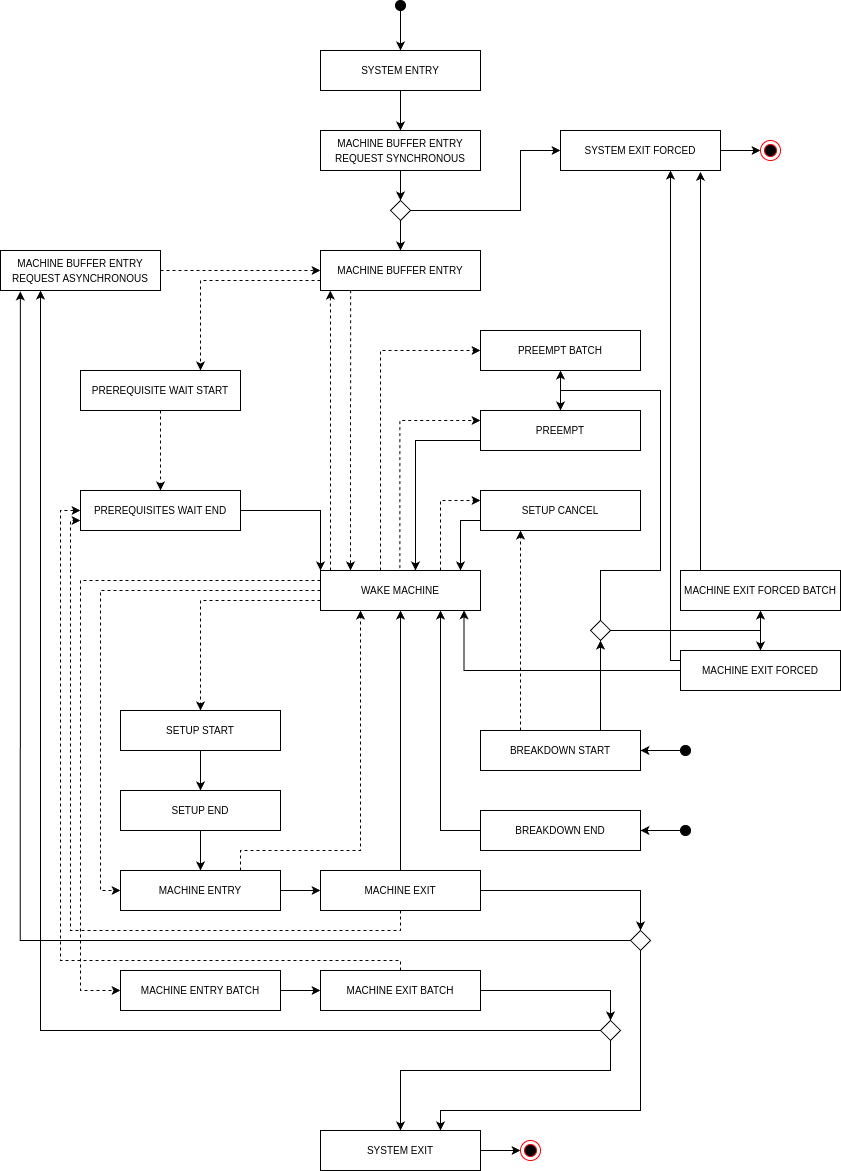
klukas17/master-thesis keeps this draw.io diagram as images/events.png. Above is the earlier version. Source tidied: cells renumbered, new cells last; positions are measured from the earlier drawing's top-left corner, leaving out a move shared by most shapes.
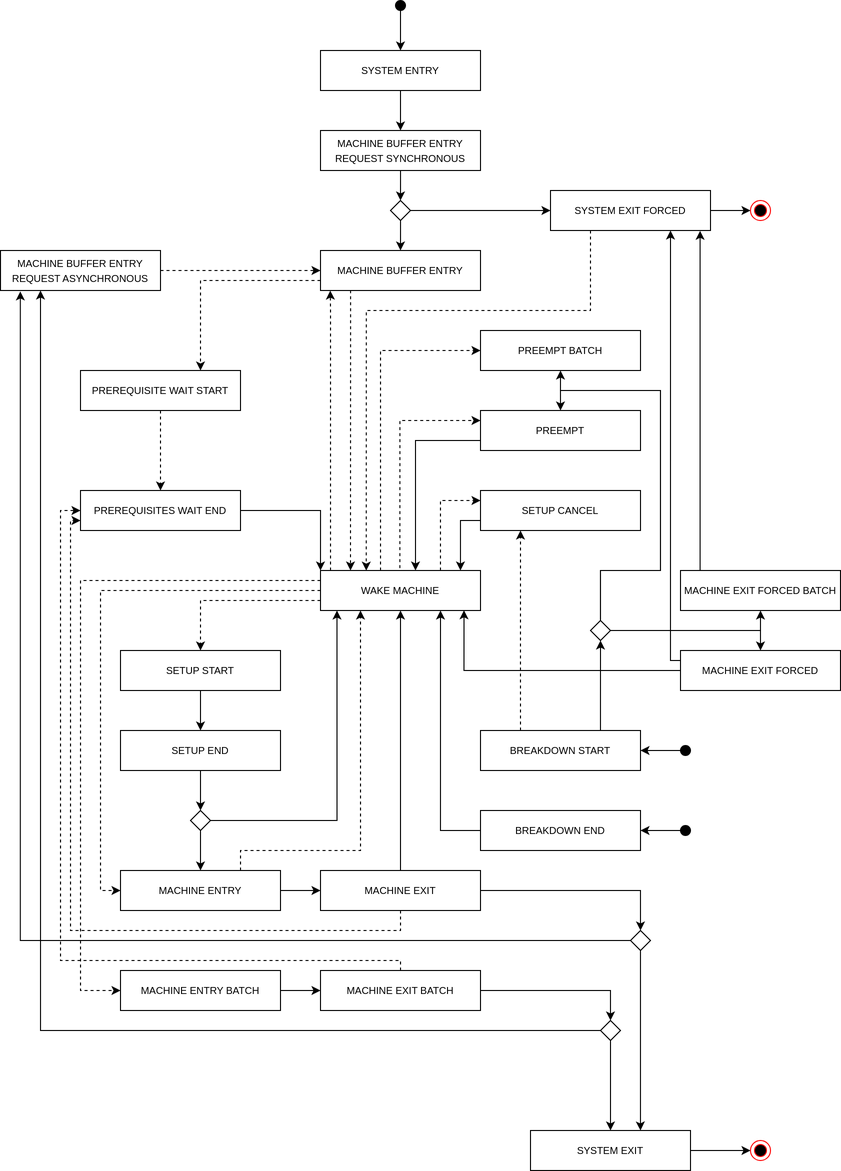
The same diagram one commit later.

Change to the diagram source:
```diff
@@ -90,7 +90,7 @@
       <mxGeometry relative="1" as="geometry" />
     </mxCell>
     <mxCell id="16" value="&lt;font style=&quot;font-size: 10px;&quot;&gt;SETUP START&lt;/font&gt;" style="rounded=0;whiteSpace=wrap;html=1;" parent="1" vertex="1">
-      <mxGeometry x="120" y="710" width="160" height="40" as="geometry" />
+      <mxGeometry x="120" y="650" width="160" height="40" as="geometry" />
     </mxCell>
     <mxCell id="17" style="edgeStyle=orthogonalEdgeStyle;rounded=0;jettySize=auto;html=1;entryX=0;entryY=0.5;entryDx=0;entryDy=0;" parent="1" edge="1" source="18" target="29">
       <mxGeometry relative="1" as="geometry" />
@@ -98,11 +98,11 @@
     <mxCell id="18" value="&lt;font style=&quot;font-size: 10px;&quot;&gt;MACHINE ENTRY&lt;/font&gt;" style="rounded=0;whiteSpace=wrap;html=1;" parent="1" vertex="1">
       <mxGeometry x="120" y="870" width="160" height="40" as="geometry" />
     </mxCell>
-    <mxCell id="19" style="edgeStyle=orthogonalEdgeStyle;rounded=0;jettySize=auto;html=1;entryX=0.5;entryY=0;entryDx=0;entryDy=0;" parent="1" edge="1" source="20" target="18">
+    <mxCell id="19" style="edgeStyle=orthogonalEdgeStyle;rounded=0;jettySize=auto;html=1;entryX=0.5;entryY=0;entryDx=0;entryDy=0;" parent="1" edge="1" source="20" target="81">
       <mxGeometry relative="1" as="geometry" />
     </mxCell>
     <mxCell id="20" value="&lt;font style=&quot;font-size: 10px;&quot;&gt;SETUP END&lt;br&gt;&lt;/font&gt;" style="rounded=0;whiteSpace=wrap;html=1;" parent="1" vertex="1">
-      <mxGeometry x="120" y="790" width="160" height="40" as="geometry" />
+      <mxGeometry x="120" y="730" width="160" height="40" as="geometry" />
     </mxCell>
     <mxCell id="21" style="edgeStyle=orthogonalEdgeStyle;rounded=0;jettySize=auto;html=1;entryX=0;entryY=0.5;entryDx=0;entryDy=0;" parent="1" edge="1" source="22" target="33">
       <mxGeometry relative="1" as="geometry" />
@@ -169,18 +169,13 @@
       <mxGeometry relative="1" as="geometry" />
     </mxCell>
     <mxCell id="35" value="&lt;font style=&quot;font-size: 10px;&quot;&gt;SYSTEM EXIT&lt;/font&gt;" style="rounded=0;whiteSpace=wrap;html=1;" parent="1" vertex="1">
-      <mxGeometry x="320" y="1130" width="160" height="40" as="geometry" />
+      <mxGeometry x="530" y="1130" width="160" height="40" as="geometry" />
     </mxCell>
     <mxCell id="36" style="ellipse;html=1;shape=endState;fillColor=#000000;strokeColor=#ff0000;" parent="1" vertex="1">
-      <mxGeometry x="520" y="1140" width="20" height="20" as="geometry" />
+      <mxGeometry x="750" y="1140" width="20" height="20" as="geometry" />
     </mxCell>
-    <mxCell id="37" style="edgeStyle=orthogonalEdgeStyle;rounded=0;jettySize=auto;html=1;" parent="1" edge="1" source="39" target="35">
-      <mxGeometry relative="1" as="geometry">
-        <Array as="points">
-          <mxPoint x="610" y="1070" />
-          <mxPoint x="400" y="1070" />
-        </Array>
-      </mxGeometry>
+    <mxCell id="37" style="edgeStyle=orthogonalEdgeStyle;rounded=0;jettySize=auto;html=1;entryX=0.5;entryY=0;entryDx=0;entryDy=0;" parent="1" edge="1" source="39" target="35">
+      <mxGeometry relative="1" as="geometry" />
     </mxCell>
     <mxCell id="38" style="edgeStyle=orthogonalEdgeStyle;rounded=0;jettySize=auto;html=1;entryX=0.25;entryY=1;entryDx=0;entryDy=0;" parent="1" edge="1" source="39" target="41">
       <mxGeometry relative="1" as="geometry">
@@ -204,11 +199,11 @@
     <mxCell id="43" value="&lt;font style=&quot;font-size: 10px;&quot;&gt;PREREQUISITES WAIT END&lt;/font&gt;" style="rounded=0;whiteSpace=wrap;html=1;" parent="1" vertex="1">
       <mxGeometry x="80" y="490" width="160" height="40" as="geometry" />
     </mxCell>
-    <mxCell id="44" style="edgeStyle=orthogonalEdgeStyle;rounded=0;jettySize=auto;html=1;entryX=0.75;entryY=0;entryDx=0;entryDy=0;" parent="1" edge="1" source="46" target="35">
+    <mxCell id="44" style="edgeStyle=orthogonalEdgeStyle;rounded=0;jettySize=auto;html=1;" parent="1" edge="1" source="46">
       <mxGeometry relative="1" as="geometry">
+        <mxPoint x="640" y="1130" as="targetPoint" />
         <Array as="points">
-          <mxPoint x="640" y="1110" />
-          <mxPoint x="440" y="1110" />
+          <mxPoint x="640" y="1128" />
         </Array>
       </mxGeometry>
     </mxCell>
@@ -246,8 +241,7 @@
     <mxCell id="54" style="edgeStyle=orthogonalEdgeStyle;rounded=0;jettySize=auto;html=1;entryX=0;entryY=0.5;entryDx=0;entryDy=0;" parent="1" edge="1" source="55" target="57">
       <mxGeometry relative="1" as="geometry">
         <Array as="points">
-          <mxPoint x="520" y="210" />
-          <mxPoint x="520" y="150" />
+          <mxPoint x="550" y="210" />
         </Array>
       </mxGeometry>
     </mxCell>
@@ -258,10 +252,10 @@
       <mxGeometry relative="1" as="geometry" />
     </mxCell>
     <mxCell id="57" value="&lt;font style=&quot;font-size: 10px;&quot;&gt;SYSTEM EXIT FORCED&lt;/font&gt;" style="rounded=0;whiteSpace=wrap;html=1;" parent="1" vertex="1">
-      <mxGeometry x="560" y="130" width="160" height="40" as="geometry" />
+      <mxGeometry x="550" y="190" width="160" height="40" as="geometry" />
     </mxCell>
     <mxCell id="58" style="ellipse;html=1;shape=endState;fillColor=#000000;strokeColor=#ff0000;" parent="1" vertex="1">
-      <mxGeometry x="760" y="140" width="20" height="20" as="geometry" />
+      <mxGeometry x="750" y="200" width="20" height="20" as="geometry" />
     </mxCell>
     <mxCell id="59" style="edgeStyle=orthogonalEdgeStyle;rounded=0;jettySize=auto;html=1;dashed=1;" parent="1" edge="1" source="60" target="43">
       <mxGeometry relative="1" as="geometry" />
@@ -310,9 +304,8 @@
     <mxCell id="69" style="ellipse;whiteSpace=wrap;html=1;fillColor=#000000;" parent="1" vertex="1">
       <mxGeometry x="680" y="745" width="10" height="10" as="geometry" />
     </mxCell>
-    <mxCell id="70" style="edgeStyle=orthogonalEdgeStyle;rounded=0;jettySize=auto;html=1;entryX=0.75;entryY=1;entryDx=0;entryDy=0;exitX=0;exitY=0.25;exitDx=0;exitDy=0;" parent="1" edge="1" source="71">
+    <mxCell id="70" style="edgeStyle=orthogonalEdgeStyle;rounded=0;jettySize=auto;html=1;exitX=0;exitY=0.25;exitDx=0;exitDy=0;entryX=0.75;entryY=1;entryDx=0;entryDy=0;" parent="1" edge="1" source="71" target="57">
       <mxGeometry relative="1" as="geometry">
-        <mxPoint x="670" y="170" as="targetPoint" />
         <Array as="points">
           <mxPoint x="670" y="660" />
         </Array>
@@ -321,7 +314,7 @@
     <mxCell id="71" value="&lt;font style=&quot;font-size: 10px;&quot;&gt;MACHINE EXIT FORCED&lt;/font&gt;" style="rounded=0;whiteSpace=wrap;html=1;" parent="1" vertex="1">
       <mxGeometry x="680" y="650" width="160" height="40" as="geometry" />
     </mxCell>
-    <mxCell id="72" style="edgeStyle=orthogonalEdgeStyle;rounded=0;jettySize=auto;html=1;entryX=0.875;entryY=1.033;entryDx=0;entryDy=0;entryPerimeter=0;exitX=0.25;exitY=0;exitDx=0;exitDy=0;" parent="1" edge="1" source="73" target="57">
+    <mxCell id="72" style="edgeStyle=orthogonalEdgeStyle;rounded=0;jettySize=auto;html=1;exitX=0.25;exitY=0;exitDx=0;exitDy=0;entryX=0.935;entryY=1.008;entryDx=0;entryDy=0;entryPerimeter=0;" parent="1" edge="1" source="73" target="57">
       <mxGeometry relative="1" as="geometry">
         <Array as="points">
           <mxPoint x="700" y="570" />
@@ -363,5 +356,22 @@
     <mxCell id="79" style="edgeStyle=orthogonalEdgeStyle;rounded=0;jettySize=auto;html=1;entryX=0.897;entryY=0.995;entryDx=0;entryDy=0;entryPerimeter=0;" parent="1" edge="1" source="71" target="9">
       <mxGeometry relative="1" as="geometry" />
     </mxCell>
+    <mxCell id="80" style="edgeStyle=orthogonalEdgeStyle;rounded=0;jettySize=auto;html=1;entryX=0.5;entryY=0;entryDx=0;entryDy=0;" parent="1" edge="1" source="81" target="18">
+      <mxGeometry relative="1" as="geometry" />
+    </mxCell>
+    <mxCell id="81" style="rhombus;whiteSpace=wrap;html=1;" parent="1" vertex="1">
+      <mxGeometry x="190" y="810" width="20" height="20" as="geometry" />
+    </mxCell>
+    <mxCell id="82" style="edgeStyle=orthogonalEdgeStyle;rounded=0;jettySize=auto;html=1;entryX=0.103;entryY=1;entryDx=0;entryDy=0;entryPerimeter=0;" parent="1" edge="1" source="81" target="9">
+      <mxGeometry relative="1" as="geometry" />
+    </mxCell>
+    <mxCell id="83" style="edgeStyle=orthogonalEdgeStyle;rounded=0;jettySize=auto;html=1;dashed=1;exitX=0.25;exitY=1;exitDx=0;exitDy=0;entryX=0.286;entryY=0.003;entryDx=0;entryDy=0;entryPerimeter=0;" parent="1" edge="1" source="57" target="9">
+      <mxGeometry relative="1" as="geometry">
+        <Array as="points">
+          <mxPoint x="590" y="310" />
+          <mxPoint x="366" y="310" />
+        </Array>
+      </mxGeometry>
+    </mxCell>
   </root>
 </mxGraphModel>
```
